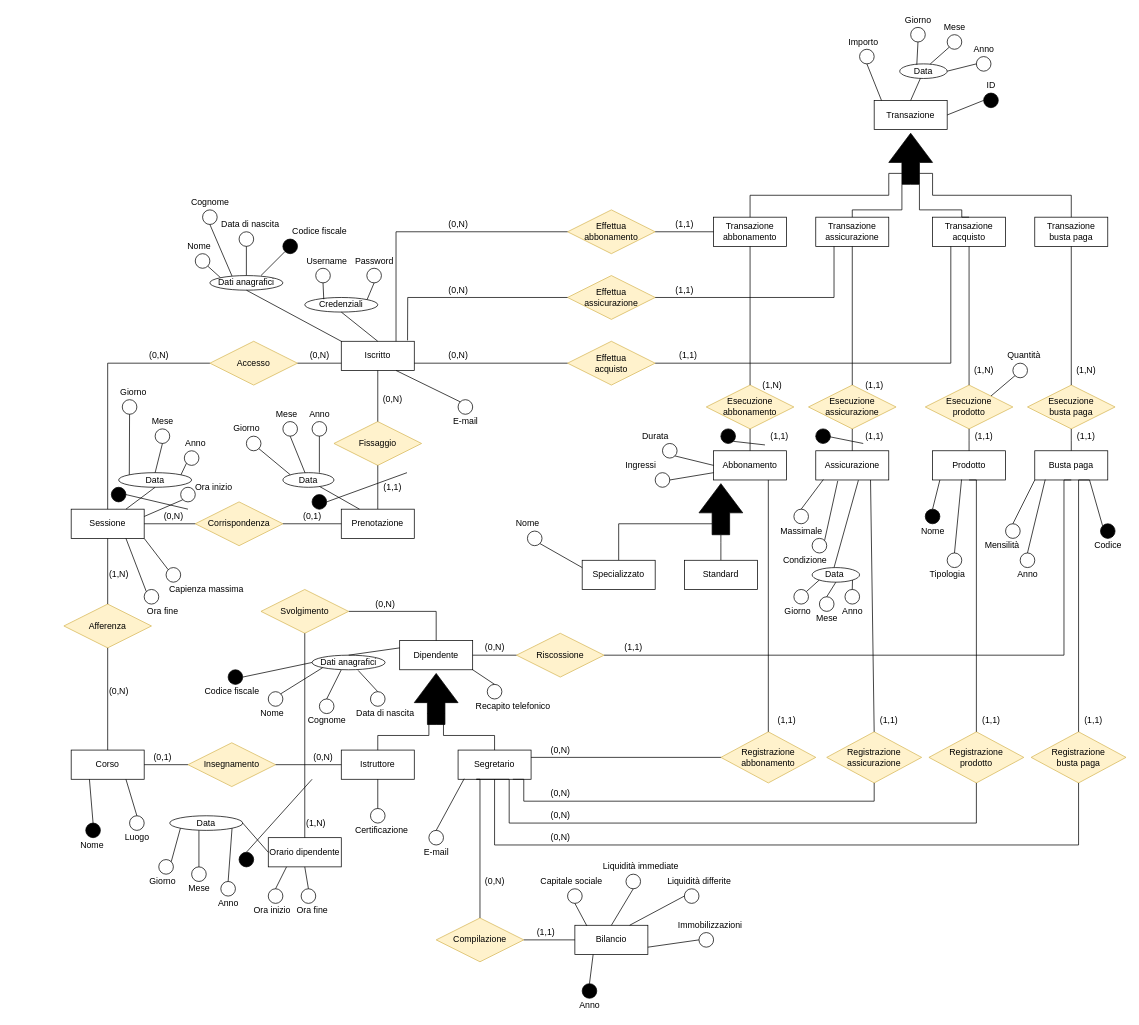
The draw.io diagram Diagrammi ER/ER.drawio in DavideNunin/anconarockclimb, before the edit. Source tidied: cells renumbered, new cells numbered last; positions are measured from the earlier drawing's top-left corner, leaving out a move shared by most shapes. Both pictures are drawn from the tidied source at 73%, with x=0, y=0 at pixel (64, 12).
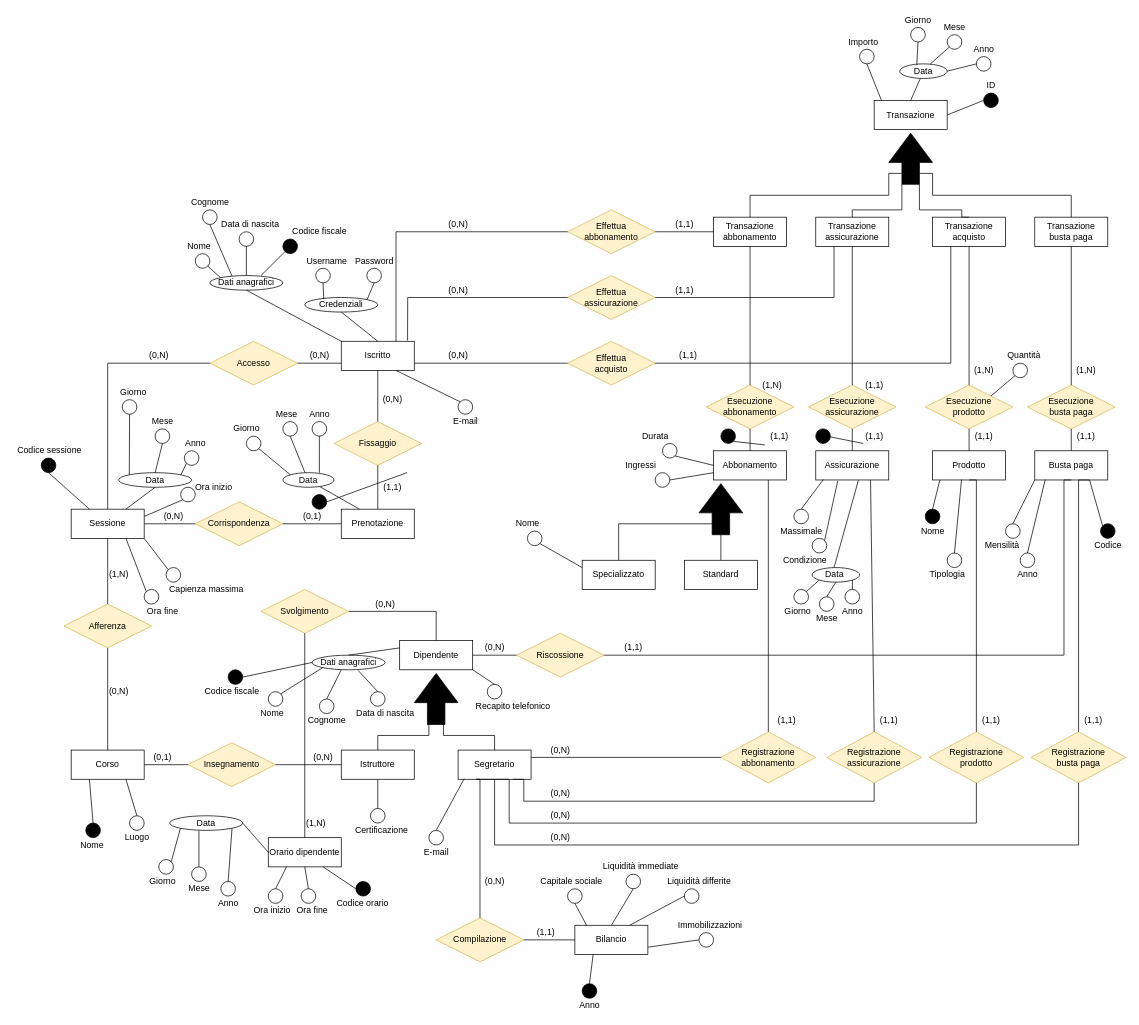
After the change.

Unchanged cells that the change refers to:
```xml
<mxCell id="9" value="Sessione" style="whiteSpace=wrap;html=1;align=center;" parent="1" vertex="1">
  <mxGeometry x="10" y="680" width="100" height="40" as="geometry" />
</mxCell>
<mxCell id="67" value="Orario dipendente" style="whiteSpace=wrap;html=1;align=center;" parent="1" vertex="1">
  <mxGeometry x="280" y="1130" width="100" height="40" as="geometry" />
</mxCell>
```

Change to the diagram source:
```diff
@@
     <mxCell id="219" style="ellipse;whiteSpace=wrap;html=1;glass=0;fillColor=#000000;" parent="1" vertex="1">
-      <mxGeometry x="65" y="650" width="20" height="20" as="geometry" />
+      <mxGeometry x="-31" y="610" width="20" height="20" as="geometry" />
     </mxCell>
-    <mxCell id="220" style="endArrow=none;html=1;rounded=0;exitX=1;exitY=0.5;exitDx=0;exitDy=0;" parent="1" edge="1" source="219">
-      <mxGeometry relative="1" as="geometry">
-        <mxPoint x="170" y="680" as="targetPoint" />
-      </mxGeometry>
-    </mxCell>
@@
     <mxCell id="224" style="ellipse;whiteSpace=wrap;html=1;glass=0;fillColor=#000000;" parent="1" vertex="1">
-      <mxGeometry x="240" y="1150" width="20" height="20" as="geometry" />
+      <mxGeometry x="400" y="1190" width="20" height="20" as="geometry" />
     </mxCell>
-    <mxCell id="225" style="endArrow=none;html=1;rounded=0;entryX=0.5;entryY=0;entryDx=0;entryDy=0;" parent="1" edge="1" target="224">
-      <mxGeometry relative="1" as="geometry">
-        <mxPoint x="340" y="1050" as="sourcePoint" />
-      </mxGeometry>
+    <mxCell id="225" style="endArrow=none;html=1;rounded=0;entryX=0;entryY=0.5;entryDx=0;entryDy=0;exitX=0.75;exitY=1;exitDx=0;exitDy=0;" parent="1" edge="1" source="67" target="224">
+      <mxGeometry relative="1" as="geometry" />
     </mxCell>
@@
+    <mxCell id="316" value="Codice sessione" style="text;html=1;align=center;verticalAlign=middle;strokeColor=none;fillColor=none;" parent="1" vertex="1">
+      <mxGeometry x="-70" y="590" width="100" height="20" as="geometry" />
+    </mxCell>
+    <mxCell id="317" style="endArrow=none;html=1;rounded=0;entryX=0.25;entryY=0;entryDx=0;entryDy=0;exitX=0.5;exitY=1;exitDx=0;exitDy=0;" parent="1" edge="1" source="219" target="9">
+      <mxGeometry relative="1" as="geometry" />
+    </mxCell>
+    <mxCell id="318" value="Codice orario" style="text;html=1;align=center;verticalAlign=middle;strokeColor=none;fillColor=none;" parent="1" vertex="1">
+      <mxGeometry x="364" y="1210" width="90" height="20" as="geometry" />
+    </mxCell>
```
